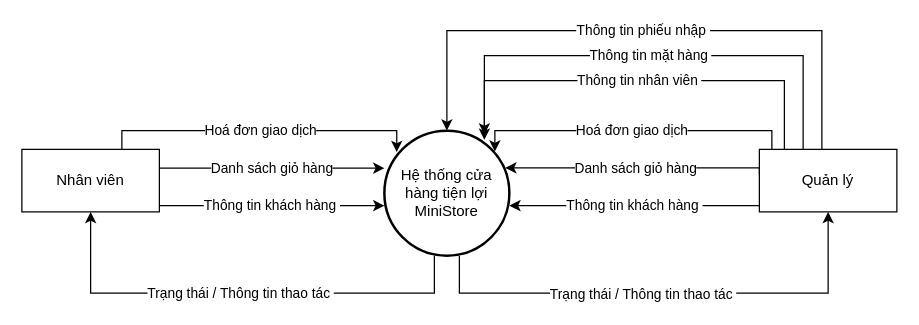
Earlier version of the draw.io diagram page "DFD Mức 0" (3 of 7) of Document/ĐồÁn/Diagram/Sơ đồ chức năng ministore.drawio (EdgarIgnite16/HTTTDN-Project). Source tidied: cells renumbered, new cells numbered last; positions are measured from the earlier drawing's top-left corner, leaving out a move shared by most shapes. Both pictures are drawn from the tidied source at 125%, with x=0, y=0 at pixel (21, 30).
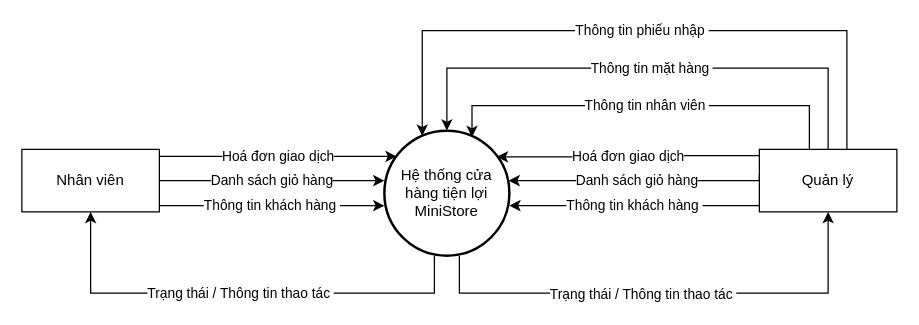
After the change.

The change refers to these unchanged cells:
```xml
<mxCell id="5" value="Hệ thống cửa hàng tiện lợi&lt;div&gt;MiniStore&lt;/div&gt;" style="strokeWidth=2;html=1;shape=mxgraph.flowchart.start_2;whiteSpace=wrap;" parent="1" vertex="1">
  <mxGeometry x="290" y="80" width="100" height="100" as="geometry" />
</mxCell>
<mxCell id="8" value="Nhân viên" style="html=1;whiteSpace=wrap;" parent="1" vertex="1">
  <mxGeometry y="95" width="110" height="50" as="geometry" />
</mxCell>
<mxCell id="12" value="Quản lý" style="html=1;whiteSpace=wrap;" parent="1" vertex="1">
  <mxGeometry x="590" y="95" width="110" height="50" as="geometry" />
</mxCell>
```

Diff of the diagram source:
```diff
@@
     <mxCell id="6" value="Danh sách giỏ hàng" style="edgeStyle=orthogonalEdgeStyle;rounded=0;jettySize=auto;html=1;" parent="1" edge="1" source="8" target="5">
       <mxGeometry relative="1" as="geometry">
         <Array as="points">
-          <mxPoint x="190" y="110" />
-          <mxPoint x="190" y="110" />
+          <mxPoint x="200" y="120" />
+          <mxPoint x="200" y="120" />
         </Array>
       </mxGeometry>
     </mxCell>
@@
-    <mxCell id="10" value="Danh sách giỏ hàng" style="edgeStyle=orthogonalEdgeStyle;rounded=0;jettySize=auto;html=1;entryX=0.967;entryY=0.298;entryDx=0;entryDy=0;entryPerimeter=0;" parent="1" edge="1" target="5">
+    <mxCell id="10" value="Danh sách giỏ hàng" style="edgeStyle=orthogonalEdgeStyle;rounded=0;jettySize=auto;html=1;entryX=0.994;entryY=0.4;entryDx=0;entryDy=0;entryPerimeter=0;" parent="1" edge="1" target="5">
       <mxGeometry relative="1" as="geometry">
         <mxPoint x="590" y="115" as="sourcePoint" />
         <Array as="points">
-          <mxPoint x="590" y="110" />
+          <mxPoint x="590" y="120" />
         </Array>
       </mxGeometry>
     </mxCell>
-    <mxCell id="11" value="Thông tin mặt hàng&amp;nbsp;" style="edgeStyle=orthogonalEdgeStyle;rounded=0;jettySize=auto;html=1;entryX=0.698;entryY=0.032;entryDx=0;entryDy=0;entryPerimeter=0;" parent="1" edge="1" source="12">
-      <mxGeometry relative="1" as="geometry">
-        <mxPoint x="370" y="83.2" as="targetPoint" />
+    <mxCell id="11" value="Thông tin mặt hàng&amp;nbsp;" style="edgeStyle=orthogonalEdgeStyle;rounded=0;jettySize=auto;html=1;entryX=0.5;entryY=0;entryDx=0;entryDy=0;entryPerimeter=0;" parent="1" edge="1" source="12" target="5">
+      <mxGeometry x="-0.02" relative="1" as="geometry">
         <Array as="points">
-          <mxPoint x="625" y="20" />
-          <mxPoint x="370" y="20" />
+          <mxPoint x="645" y="30" />
+          <mxPoint x="340" y="30" />
         </Array>
       </mxGeometry>
     </mxCell>
@@
-    <mxCell id="13" value="Thông tin phiếu nhập&amp;nbsp;" style="edgeStyle=orthogonalEdgeStyle;rounded=0;jettySize=auto;html=1;" parent="1" edge="1" source="12" target="5">
+    <mxCell id="13" value="Thông tin phiếu nhập&amp;nbsp;" style="edgeStyle=orthogonalEdgeStyle;rounded=0;jettySize=auto;html=1;entryX=0.303;entryY=0.042;entryDx=0;entryDy=0;entryPerimeter=0;" parent="1" edge="1" source="12" target="5">
       <mxGeometry relative="1" as="geometry">
         <Array as="points">
-          <mxPoint x="640" />
-          <mxPoint x="340" />
+          <mxPoint x="660" />
+          <mxPoint x="320" />
         </Array>
       </mxGeometry>
     </mxCell>
-    <mxCell id="14" value="Thông tin nhân viên&amp;nbsp;" style="edgeStyle=orthogonalEdgeStyle;rounded=0;jettySize=auto;html=1;entryX=0.8;entryY=0.073;entryDx=0;entryDy=0;entryPerimeter=0;" parent="1" edge="1" source="12" target="5">
+    <mxCell id="14" value="Thông tin nhân viên&amp;nbsp;" style="edgeStyle=orthogonalEdgeStyle;rounded=0;jettySize=auto;html=1;entryX=0.701;entryY=0.051;entryDx=0;entryDy=0;entryPerimeter=0;" parent="1" edge="1" source="12" target="5">
       <mxGeometry relative="1" as="geometry">
         <Array as="points">
-          <mxPoint x="610" y="40" />
-          <mxPoint x="370" y="40" />
+          <mxPoint x="630" y="60" />
+          <mxPoint x="360" y="60" />
         </Array>
       </mxGeometry>
     </mxCell>
-    <mxCell id="15" value="Hoá đơn giao dịch" style="edgeStyle=orthogonalEdgeStyle;rounded=0;jettySize=auto;html=1;entryX=0.099;entryY=0.171;entryDx=0;entryDy=0;entryPerimeter=0;" parent="1" edge="1" source="8" target="5">
+    <mxCell id="15" value="Hoá đơn giao dịch" style="edgeStyle=orthogonalEdgeStyle;rounded=0;jettySize=auto;html=1;entryX=0.098;entryY=0.206;entryDx=0;entryDy=0;entryPerimeter=0;" parent="1" edge="1" source="8" target="5">
       <mxGeometry relative="1" as="geometry">
         <Array as="points">
-          <mxPoint x="80" y="80" />
-          <mxPoint x="300" y="80" />
+          <mxPoint x="300" y="100" />
         </Array>
       </mxGeometry>
     </mxCell>
-    <mxCell id="16" value="Hoá đơn giao dịch" style="edgeStyle=orthogonalEdgeStyle;rounded=0;jettySize=auto;html=1;entryX=0.884;entryY=0.167;entryDx=0;entryDy=0;entryPerimeter=0;" parent="1" edge="1" source="12" target="5">
+    <mxCell id="16" value="Hoá đơn giao dịch" style="edgeStyle=orthogonalEdgeStyle;rounded=0;jettySize=auto;html=1;" parent="1" edge="1" source="12">
       <mxGeometry relative="1" as="geometry">
+        <mxPoint x="380" y="101" as="targetPoint" />
         <Array as="points">
-          <mxPoint x="600" y="80" />
-          <mxPoint x="378" y="80" />
+          <mxPoint x="485" y="100" />
+          <mxPoint x="380" y="101" />
         </Array>
       </mxGeometry>
     </mxCell>
```
